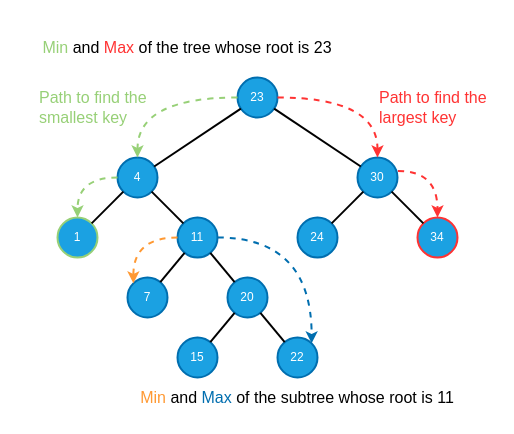
Above: diagrams/bst_min_max.drawio in burpeesDaily/forest-python (draw.io), before the change. Source tidied: cells renumbered, new cells numbered last; positions are measured from the earlier drawing's top-left corner, leaving out a move shared by most shapes. Both pictures are drawn from the tidied source at 100%, with x=0, y=0 at pixel (17, 17).
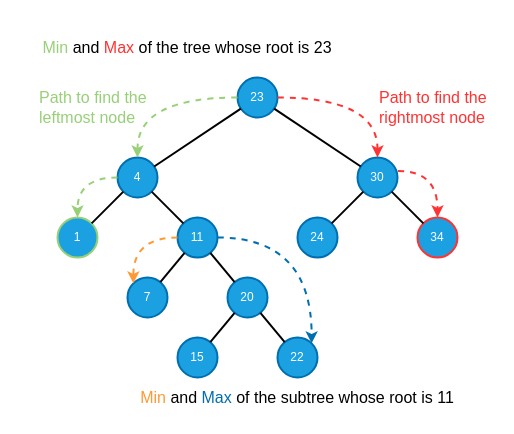
The same diagram, later.

Commit message (it also covers changes not shown here):
Minor diagrams cleanup.

Change to the diagram source:
```diff
@@
-    <mxCell id="22" value="&lt;font color=&quot;#97d077&quot; style=&quot;font-size: 16px;&quot;&gt;Path to find the smallest key&lt;/font&gt;" style="text;html=1;strokeColor=none;fillColor=none;align=left;verticalAlign=middle;whiteSpace=wrap;rounded=0;fontSize=16;" parent="1" vertex="1">
+    <mxCell id="22" value="&lt;font color=&quot;#97d077&quot; style=&quot;font-size: 16px&quot;&gt;Path to find the leftmost node&lt;/font&gt;" style="text;html=1;strokeColor=none;fillColor=none;align=left;verticalAlign=middle;whiteSpace=wrap;rounded=0;fontSize=16;" parent="1" vertex="1">
       <mxGeometry x="20" y="80" width="120" height="20" as="geometry" />
     </mxCell>
@@
-    <mxCell id="25" value="&lt;font style=&quot;font-size: 16px&quot; color=&quot;#ff3333&quot;&gt;Path to find the largest key&lt;/font&gt;" style="text;html=1;strokeColor=none;fillColor=none;align=left;verticalAlign=middle;whiteSpace=wrap;rounded=0;fontSize=16;" parent="1" vertex="1">
+    <mxCell id="25" value="&lt;font style=&quot;font-size: 16px&quot; color=&quot;#ff3333&quot;&gt;Path to find the rightmost node&lt;/font&gt;" style="text;html=1;strokeColor=none;fillColor=none;align=left;verticalAlign=middle;whiteSpace=wrap;rounded=0;fontSize=16;" parent="1" vertex="1">
       <mxGeometry x="360" y="80" width="110" height="20" as="geometry" />
     </mxCell>
```
